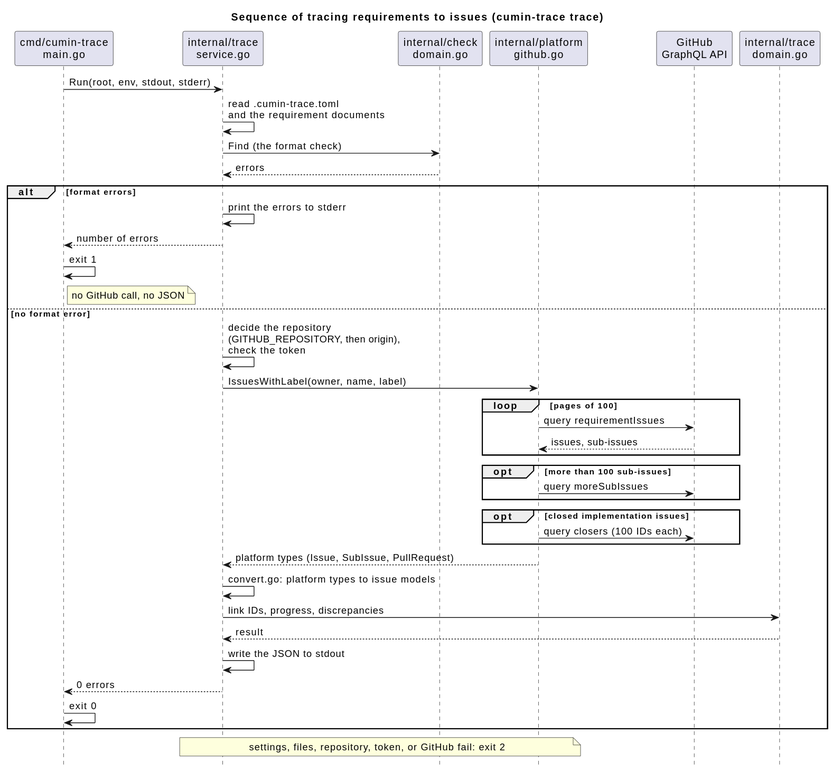
The PlantUML diagram docs/ja/designs/trace/trace-sequence.svg in cloveclovedev/cumin-trace, before a commit.
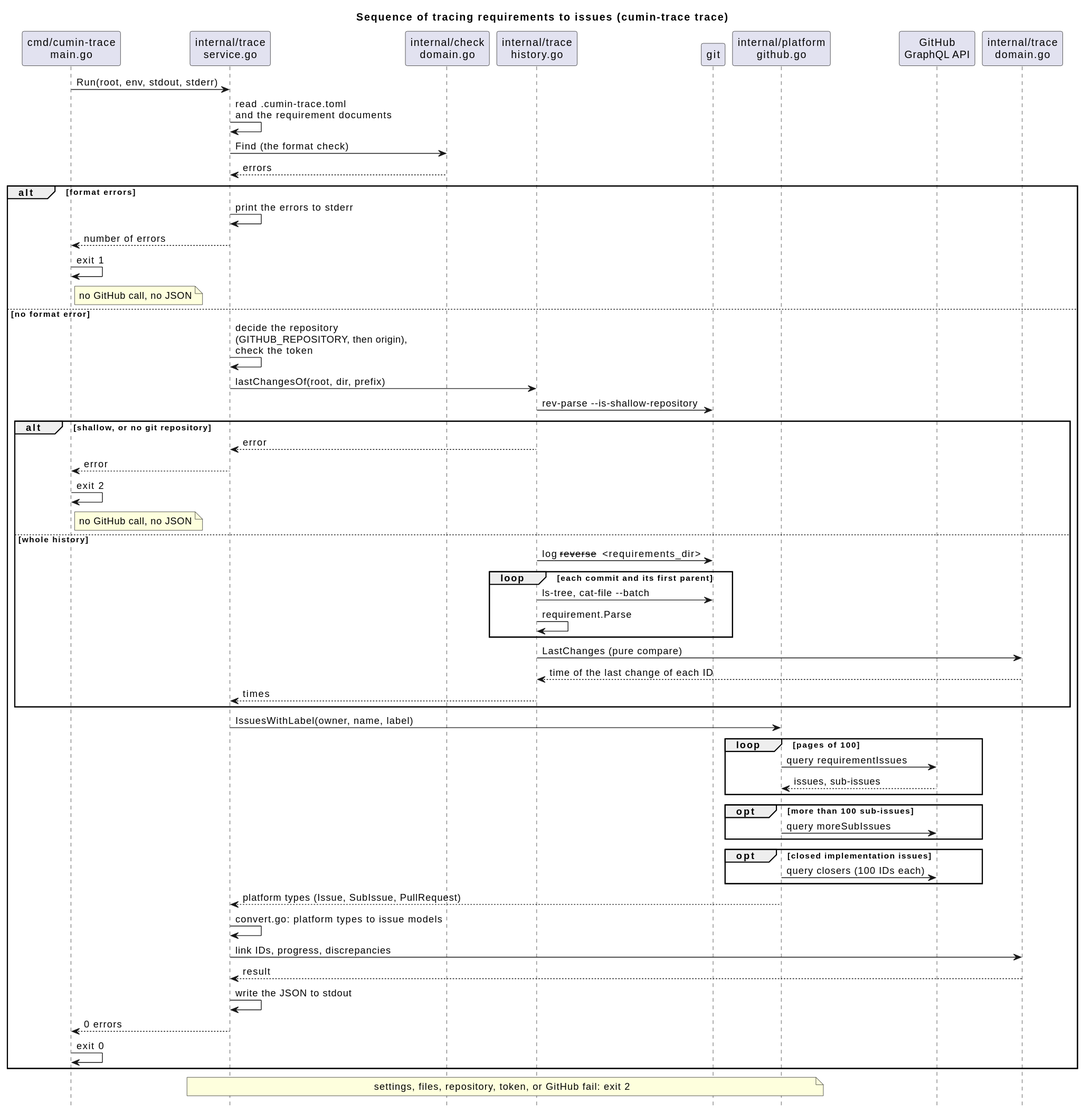
After the commit.

The edit, as a diff of the source:
```diff
@@ -6,6 +6,8 @@
 participant "cmd/cumin-trace\nmain.go" as main
 participant "internal/trace\nservice.go" as service
 participant "internal/check\ndomain.go" as check
+participant "internal/trace\nhistory.go" as history
+participant "git" as git
 participant "internal/platform\ngithub.go" as github
 participant "GitHub\nGraphQL API" as api
 participant "internal/trace\ndomain.go" as rules
@@ -22,6 +24,23 @@
   note right of main : no GitHub call, no JSON
 else no format error
   service -> service : decide the repository\n(GITHUB_REPOSITORY, then origin),\ncheck the token
+  service -> history : lastChangesOf(root, dir, prefix)
+  history -> git : rev-parse --is-shallow-repository
+  alt shallow, or no git repository
+    history --> service : error
+    service --> main : error
+    main -> main : exit 2
+    note right of main : no GitHub call, no JSON
+  else whole history
+    history -> git : log --reverse -- <requirements_dir>
+    loop each commit and its first parent
+      history -> git : ls-tree, cat-file --batch
+      history -> history : requirement.Parse
+    end
+    history -> rules : LastChanges (pure compare)
+    rules --> history : time of the last change of each ID
+    history --> service : times
+  end
   service -> github : IssuesWithLabel(owner, name, label)
   loop pages of 100
     github -> api : query requirementIssues
```
